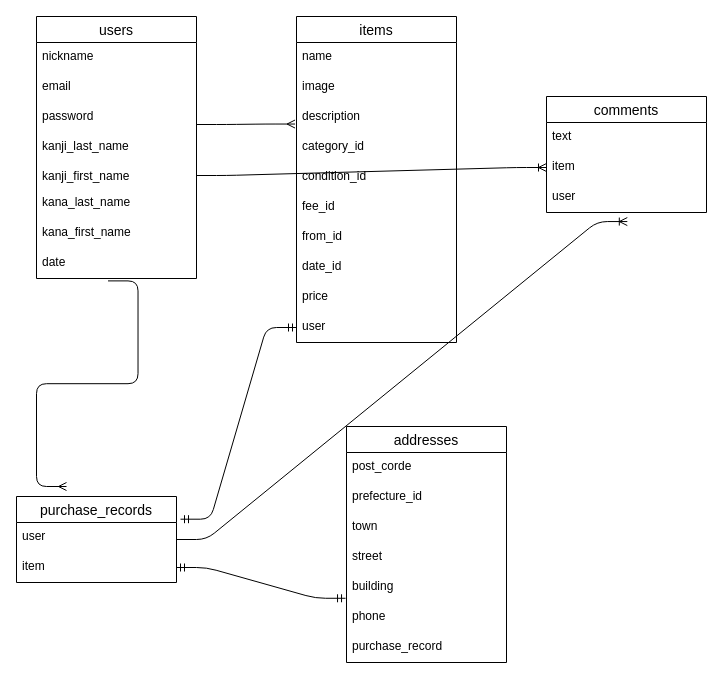
This is ER.dio from maize1023/furima-38639, a draw.io file, before an edit. Source tidied: cells renumbered, new cells numbered last; positions are measured from the earlier drawing's top-left corner, leaving out a move shared by most shapes. Both pictures are drawn from the tidied source at 100%, with x=0, y=0 at pixel (16, 16).
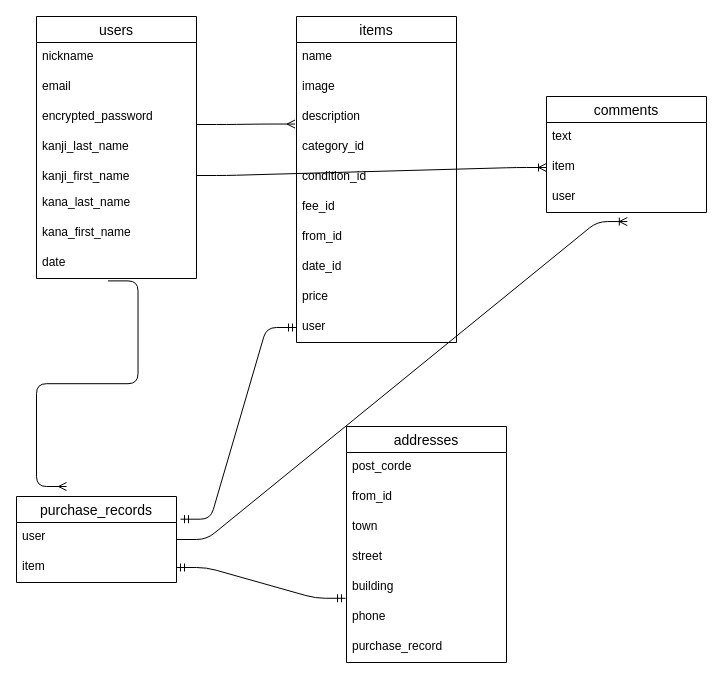
The same diagram, later.

Commit message (it also covers changes not shown here):
ER図・READ.meの修正

The change refers to these unchanged cells:
```xml
<mxCell id="2" value="users" style="swimlane;fontStyle=0;horizontal=1;startSize=26;align=center;fontSize=14;" parent="1" vertex="1">
  <mxGeometry x="20" width="160" height="262" as="geometry" />
</mxCell>
<mxCell id="22" value="addresses" style="swimlane;fontStyle=0;horizontal=1;startSize=26;align=center;fontSize=14;" parent="1" vertex="1">
  <mxGeometry x="330" y="410" width="160" height="236" as="geometry" />
</mxCell>
```

What changed in the source:
```diff
@@
-    <mxCell id="5" value="password" style="text;strokeColor=none;fillColor=none;spacingLeft=4;spacingRight=4;overflow=hidden;fontSize=12;" parent="2" vertex="1">
+    <mxCell id="5" value="encrypted_password" style="text;strokeColor=none;fillColor=none;spacingLeft=4;spacingRight=4;overflow=hidden;fontSize=12;" parent="2" vertex="1">
       <mxGeometry y="86" width="160" height="30" as="geometry" />
     </mxCell>
@@
-    <mxCell id="24" value="prefecture_id" style="text;strokeColor=none;fillColor=none;spacingLeft=4;spacingRight=4;overflow=hidden;fontSize=12;" parent="22" vertex="1">
+    <mxCell id="24" value="from_id " style="text;strokeColor=none;fillColor=none;spacingLeft=4;spacingRight=4;overflow=hidden;fontSize=12;" parent="22" vertex="1">
       <mxGeometry y="56" width="160" height="30" as="geometry" />
     </mxCell>
```
